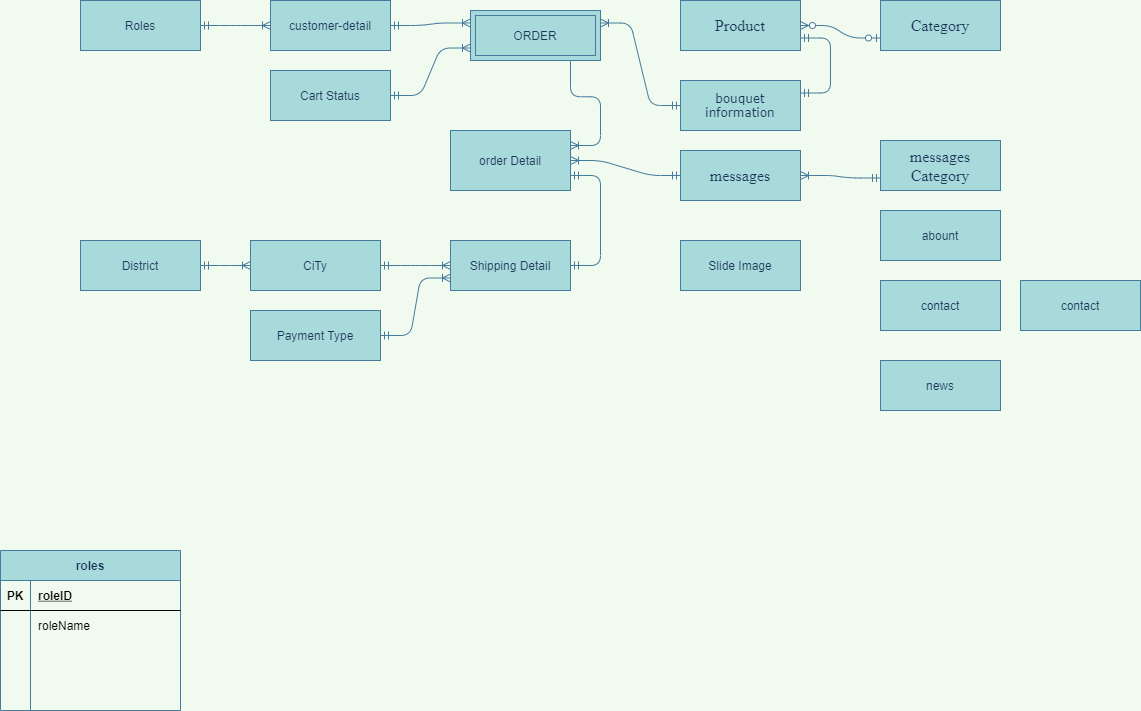
This is Untitled Diagram.png from maialino123/Eproject-SEM3, a draw.io export, as it was before one commit. Source tidied: cells renumbered, new cells last; positions are measured from the earlier drawing's top-left corner, leaving out a move shared by most shapes.
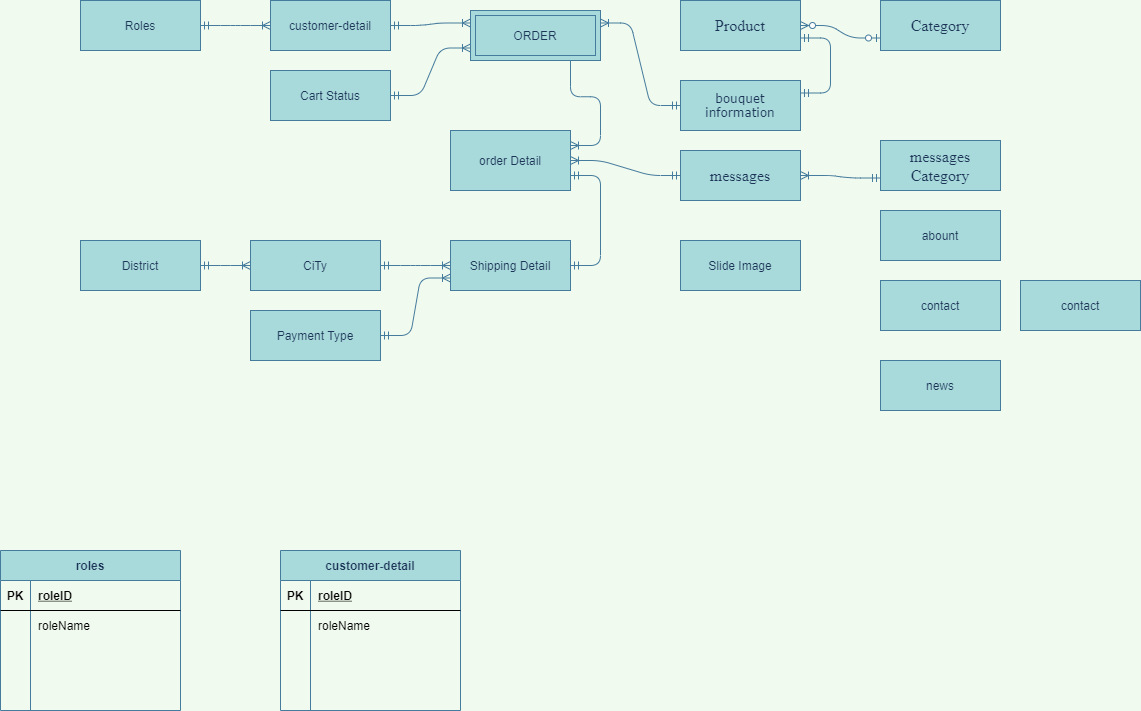
Later version of the same file.

Diff of the diagram source:
```diff
@@ -137,5 +137,44 @@
     <mxCell id="46" style="shape=partialRectangle;fillColor=none;top=0;left=0;bottom=0;right=0;align=left;spacingLeft=6;overflow=hidden;" parent="44" vertex="1">
       <mxGeometry x="30" width="150" height="30" as="geometry" />
     </mxCell>
+    <mxCell id="47" value="customer-detail" style="shape=table;startSize=30;rowLines=0;fontStyle=1;align=center;rounded=0;sketch=0;fontColor=#1D3557;strokeColor=#457B9D;fillColor=#A8DADC;" parent="1" vertex="1">
+      <mxGeometry x="280" y="550" width="180" height="160" as="geometry" />
+    </mxCell>
+    <mxCell id="48" style="shape=partialRectangle;fillColor=none;top=0;left=0;bottom=1;right=0;" parent="47" vertex="1">
+      <mxGeometry y="30" width="180" height="30" as="geometry" />
+    </mxCell>
+    <mxCell id="49" value="PK" style="shape=partialRectangle;fillColor=none;top=0;left=0;bottom=0;right=0;fontStyle=1;overflow=hidden;" parent="48" vertex="1">
+      <mxGeometry width="30" height="30" as="geometry" />
+    </mxCell>
+    <mxCell id="50" value="roleID" style="shape=partialRectangle;fillColor=none;top=0;left=0;bottom=0;right=0;align=left;spacingLeft=6;fontStyle=5;overflow=hidden;" parent="48" vertex="1">
+      <mxGeometry x="30" width="150" height="30" as="geometry" />
+    </mxCell>
+    <mxCell id="51" style="shape=partialRectangle;fillColor=none;top=0;left=0;bottom=0;right=0;" parent="47" vertex="1">
+      <mxGeometry y="60" width="180" height="30" as="geometry" />
+    </mxCell>
+    <mxCell id="52" style="shape=partialRectangle;fillColor=none;top=0;left=0;bottom=0;right=0;overflow=hidden;" parent="51" vertex="1">
+      <mxGeometry width="30" height="30" as="geometry" />
+    </mxCell>
+    <mxCell id="53" value="roleName" style="shape=partialRectangle;fillColor=none;top=0;left=0;bottom=0;right=0;align=left;spacingLeft=6;overflow=hidden;" parent="51" vertex="1">
+      <mxGeometry x="30" width="150" height="30" as="geometry" />
+    </mxCell>
+    <mxCell id="54" style="shape=partialRectangle;fillColor=none;top=0;left=0;bottom=0;right=0;" parent="47" vertex="1">
+      <mxGeometry y="90" width="180" height="30" as="geometry" />
+    </mxCell>
+    <mxCell id="55" style="shape=partialRectangle;fillColor=none;top=0;left=0;bottom=0;right=0;overflow=hidden;" parent="54" vertex="1">
+      <mxGeometry width="30" height="30" as="geometry" />
+    </mxCell>
+    <mxCell id="56" style="shape=partialRectangle;fillColor=none;top=0;left=0;bottom=0;right=0;align=left;spacingLeft=6;overflow=hidden;" parent="54" vertex="1">
+      <mxGeometry x="30" width="150" height="30" as="geometry" />
+    </mxCell>
+    <mxCell id="57" style="shape=partialRectangle;fillColor=none;top=0;left=0;bottom=0;right=0;" parent="47" vertex="1">
+      <mxGeometry y="120" width="180" height="30" as="geometry" />
+    </mxCell>
+    <mxCell id="58" style="shape=partialRectangle;fillColor=none;top=0;left=0;bottom=0;right=0;overflow=hidden;" parent="57" vertex="1">
+      <mxGeometry width="30" height="30" as="geometry" />
+    </mxCell>
+    <mxCell id="59" style="shape=partialRectangle;fillColor=none;top=0;left=0;bottom=0;right=0;align=left;spacingLeft=6;overflow=hidden;" parent="57" vertex="1">
+      <mxGeometry x="30" width="150" height="30" as="geometry" />
+    </mxCell>
   </root>
 </mxGraphModel>
```
